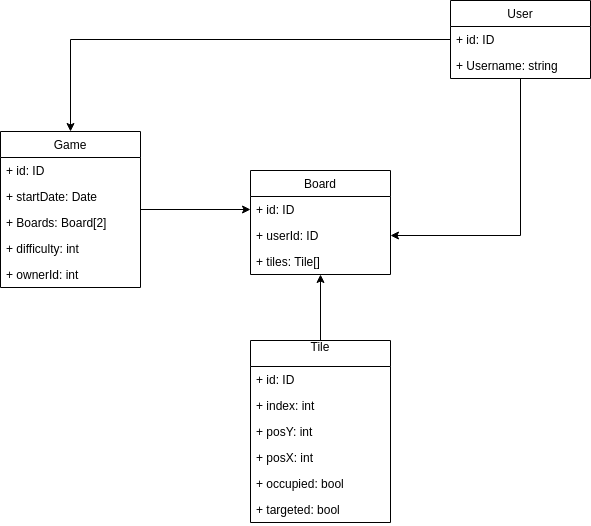
This is db_schema.png from lakylekidd/battleship-commander-api, a draw.io export, as it was before one commit. Source tidied: cells renumbered, new cells last; positions are measured from the earlier drawing's top-left corner, leaving out a move shared by most shapes.
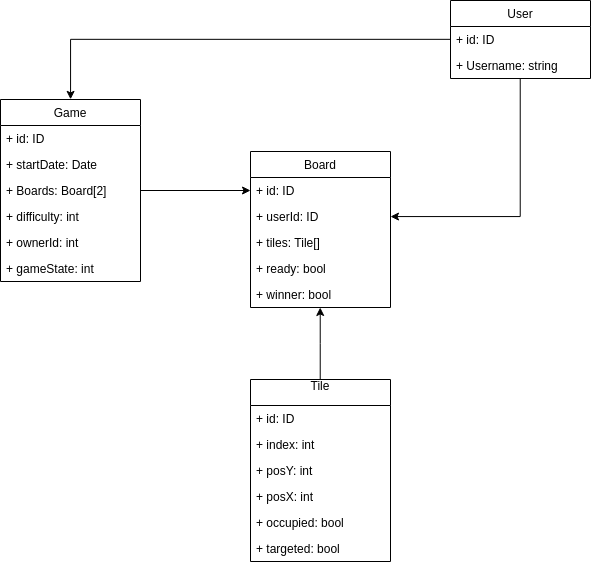
The same file after the commit.

What changed in the source:
```diff
@@ -15,7 +15,7 @@
       <mxGeometry y="52" width="140" height="26" as="geometry" />
     </mxCell>
     <mxCell id="6" value="Board" style="swimlane;fontStyle=0;horizontal=1;startSize=26;fillColor=none;" parent="1" vertex="1">
-      <mxGeometry x="250" y="170" width="140" height="104" as="geometry" />
+      <mxGeometry x="250" y="151" width="140" height="156" as="geometry" />
     </mxCell>
     <mxCell id="7" value="+ id: ID" style="text;strokeColor=none;fillColor=none;align=left;verticalAlign=top;spacingLeft=4;spacingRight=4;overflow=hidden;points=[[0,0.5],[1,0.5]];portConstraint=eastwest;" parent="6" vertex="1">
       <mxGeometry y="26" width="140" height="26" as="geometry" />
@@ -26,11 +26,17 @@
     <mxCell id="9" value="+ tiles: Tile[]" style="text;strokeColor=none;fillColor=none;align=left;verticalAlign=top;spacingLeft=4;spacingRight=4;overflow=hidden;" parent="6" vertex="1">
       <mxGeometry y="78" width="140" height="26" as="geometry" />
     </mxCell>
+    <mxCell id="26" value="+ ready: bool" style="text;strokeColor=none;fillColor=none;align=left;verticalAlign=top;spacingLeft=4;spacingRight=4;overflow=hidden;" parent="6" vertex="1">
+      <mxGeometry y="104" width="140" height="26" as="geometry" />
+    </mxCell>
+    <mxCell id="27" value="+ winner: bool" style="text;strokeColor=none;fillColor=none;align=left;verticalAlign=top;spacingLeft=4;spacingRight=4;overflow=hidden;" parent="6" vertex="1">
+      <mxGeometry y="130" width="140" height="26" as="geometry" />
+    </mxCell>
     <mxCell id="10" style="edgeStyle=orthogonalEdgeStyle;rounded=0;jettySize=auto;html=1;" parent="1" edge="1" source="11" target="7">
       <mxGeometry relative="1" as="geometry" />
     </mxCell>
     <mxCell id="11" value="Game" style="swimlane;fontStyle=0;horizontal=1;startSize=26;fillColor=none;" parent="1" vertex="1">
-      <mxGeometry y="131" width="140" height="156" as="geometry" />
+      <mxGeometry y="99" width="140" height="182" as="geometry" />
     </mxCell>
     <mxCell id="12" value="+ id: ID" style="text;strokeColor=none;fillColor=none;align=left;verticalAlign=top;spacingLeft=4;spacingRight=4;overflow=hidden;" parent="11" vertex="1">
       <mxGeometry y="26" width="140" height="26" as="geometry" />
@@ -47,11 +53,14 @@
     <mxCell id="16" value="+ ownerId: int" style="text;strokeColor=none;fillColor=none;align=left;verticalAlign=top;spacingLeft=4;spacingRight=4;overflow=hidden;" parent="11" vertex="1">
       <mxGeometry y="130" width="140" height="26" as="geometry" />
     </mxCell>
+    <mxCell id="28" value="+ gameState: int" style="text;strokeColor=none;fillColor=none;align=left;verticalAlign=top;spacingLeft=4;spacingRight=4;overflow=hidden;" parent="11" vertex="1">
+      <mxGeometry y="156" width="140" height="26" as="geometry" />
+    </mxCell>
     <mxCell id="17" style="edgeStyle=orthogonalEdgeStyle;rounded=0;jettySize=auto;html=1;exitX=0.5;exitY=0;exitDx=0;exitDy=0;" parent="1" edge="1" source="18" target="6">
       <mxGeometry relative="1" as="geometry" />
     </mxCell>
     <mxCell id="18" value="Tile&#10;" style="swimlane;fontStyle=0;horizontal=1;startSize=26;fillColor=none;" parent="1" vertex="1">
-      <mxGeometry x="250" y="340" width="140" height="182" as="geometry" />
+      <mxGeometry x="250" y="379" width="140" height="182" as="geometry" />
     </mxCell>
     <mxCell id="19" value="+ id: ID" style="text;strokeColor=none;fillColor=none;align=left;verticalAlign=top;spacingLeft=4;spacingRight=4;overflow=hidden;" parent="18" vertex="1">
       <mxGeometry y="26" width="140" height="26" as="geometry" />
```
